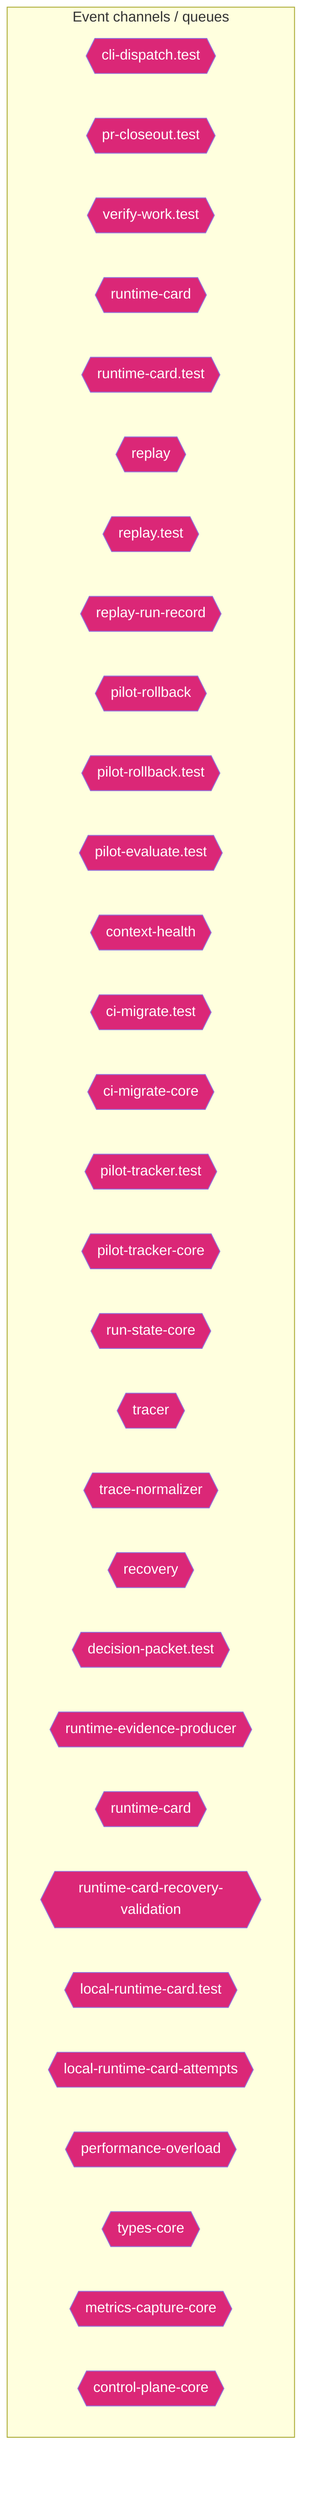
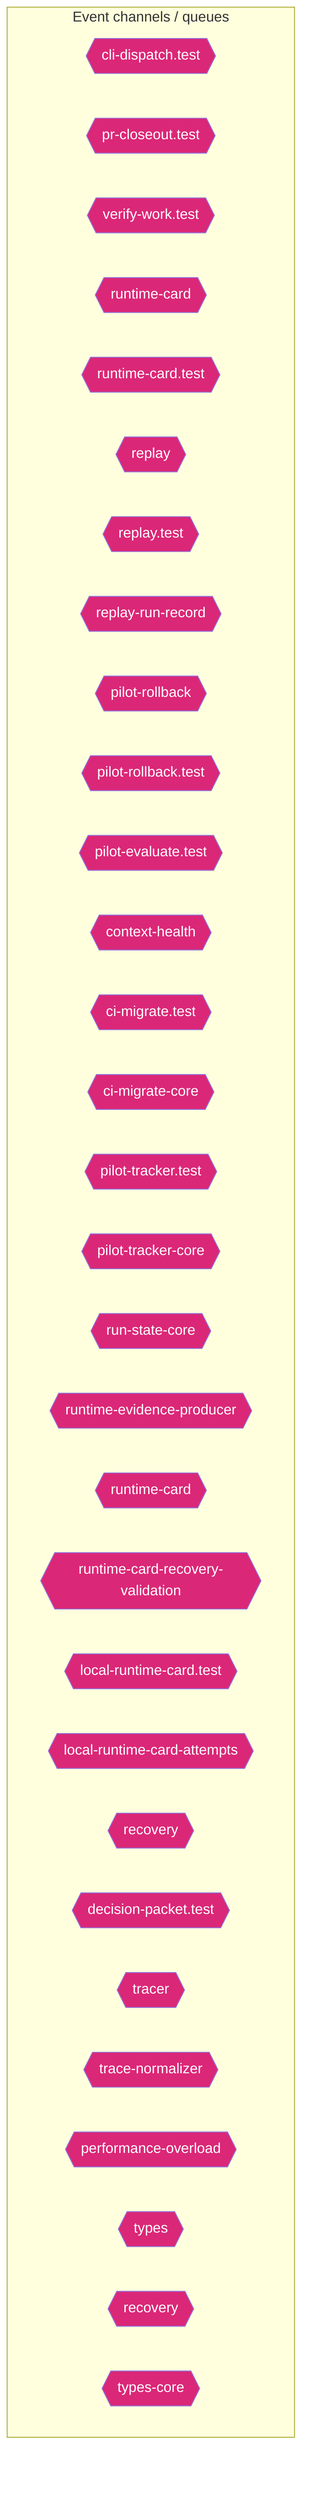
flowchart TD
  subgraph Channels["Event channels / queues"]
    cli_dispatch_test_54c9f17b{{"cli-dispatch.test"}}
    pr_closeout_test_12a1ffdd{{"pr-closeout.test"}}
    verify_work_test_0e12f6c5{{"verify-work.test"}}
    runtime_card_e06b53e1{{"runtime-card"}}
    runtime_card_test_af812837{{"runtime-card.test"}}
    replay_ac203c98{{"replay"}}
    replay_test_935f7436{{"replay.test"}}
    replay_run_record_9a08cce2{{"replay-run-record"}}
    pilot_rollback_00c1f82c{{"pilot-rollback"}}
    pilot_rollback_test_e61d5a2b{{"pilot-rollback.test"}}
    pilot_evaluate_test_a2ac06fc{{"pilot-evaluate.test"}}
    context_health_80bb7da9{{"context-health"}}
    ci_migrate_test_2a015bb9{{"ci-migrate.test"}}
    ci_migrate_core_7005b5af{{"ci-migrate-core"}}
    pilot_tracker_test_80398a66{{"pilot-tracker.test"}}
    pilot_tracker_core_80d8ac96{{"pilot-tracker-core"}}
    run_state_core_25a955bc{{"run-state-core"}}
-     tracer_1e6243a2{{"tracer"}}
-     trace_normalizer_cb1be1d2{{"trace-normalizer"}}
-     recovery_8c585378{{"recovery"}}
-     decision_packet_test_9ea0e97b{{"decision-packet.test"}}
    runtime_evidence_producer_ea388cb5{{"runtime-evidence-producer"}}
    runtime_card_1_465a49d2{{"runtime-card"}}
    runtime_card_recovery_validation_e216d883{{"runtime-card-recovery-validation"}}
    local_runtime_card_test_b508222b{{"local-runtime-card.test"}}
    local_runtime_card_attempts_28aa46ea{{"local-runtime-card-attempts"}}
+     recovery_8c585378{{"recovery"}}
+     decision_packet_test_9ea0e97b{{"decision-packet.test"}}
+     tracer_1e6243a2{{"tracer"}}
+     trace_normalizer_cb1be1d2{{"trace-normalizer"}}
    performance_overload_c685bfcf{{"performance-overload"}}
+     types_9_1db4641f{{"types"}}
+     recovery_1_4d1804ab{{"recovery"}}
    types_core_e405ddca{{"types-core"}}
-     metrics_capture_core_db4bf7cf{{"metrics-capture-core"}}
-     control_plane_core_db3b4cb2{{"control-plane-core"}}
  end
  classDef eventNode fill:#db2777,color:#fff
-   class cli_dispatch_test_54c9f17b,pr_closeout_test_12a1ffdd,verify_work_test_0e12f6c5,runtime_card_e06b53e1,runtime_card_test_af812837,replay_ac203c98,replay_test_935f7436,replay_run_record_9a08cce2,pilot_rollback_00c1f82c,pilot_rollback_test_e61d5a2b,pilot_evaluate_test_a2ac06fc,context_health_80bb7da9,ci_migrate_test_2a015bb9,ci_migrate_core_7005b5af,pilot_tracker_test_80398a66,pilot_tracker_core_80d8ac96,run_state_core_25a955bc,tracer_1e6243a2,trace_normalizer_cb1be1d2,recovery_8c585378,decision_packet_test_9ea0e97b,runtime_evidence_producer_ea388cb5,runtime_card_1_465a49d2,runtime_card_recovery_validation_e216d883,local_runtime_card_test_b508222b,local_runtime_card_attempts_28aa46ea,performance_overload_c685bfcf,types_core_e405ddca,metrics_capture_core_db4bf7cf,control_plane_core_db3b4cb2 eventNode
+   class cli_dispatch_test_54c9f17b,pr_closeout_test_12a1ffdd,verify_work_test_0e12f6c5,runtime_card_e06b53e1,runtime_card_test_af812837,replay_ac203c98,replay_test_935f7436,replay_run_record_9a08cce2,pilot_rollback_00c1f82c,pilot_rollback_test_e61d5a2b,pilot_evaluate_test_a2ac06fc,context_health_80bb7da9,ci_migrate_test_2a015bb9,ci_migrate_core_7005b5af,pilot_tracker_test_80398a66,pilot_tracker_core_80d8ac96,run_state_core_25a955bc,runtime_evidence_producer_ea388cb5,runtime_card_1_465a49d2,runtime_card_recovery_validation_e216d883,local_runtime_card_test_b508222b,local_runtime_card_attempts_28aa46ea,recovery_8c585378,decision_packet_test_9ea0e97b,tracer_1e6243a2,trace_normalizer_cb1be1d2,performance_overload_c685bfcf,types_9_1db4641f,recovery_1_4d1804ab,types_core_e405ddca eventNode
